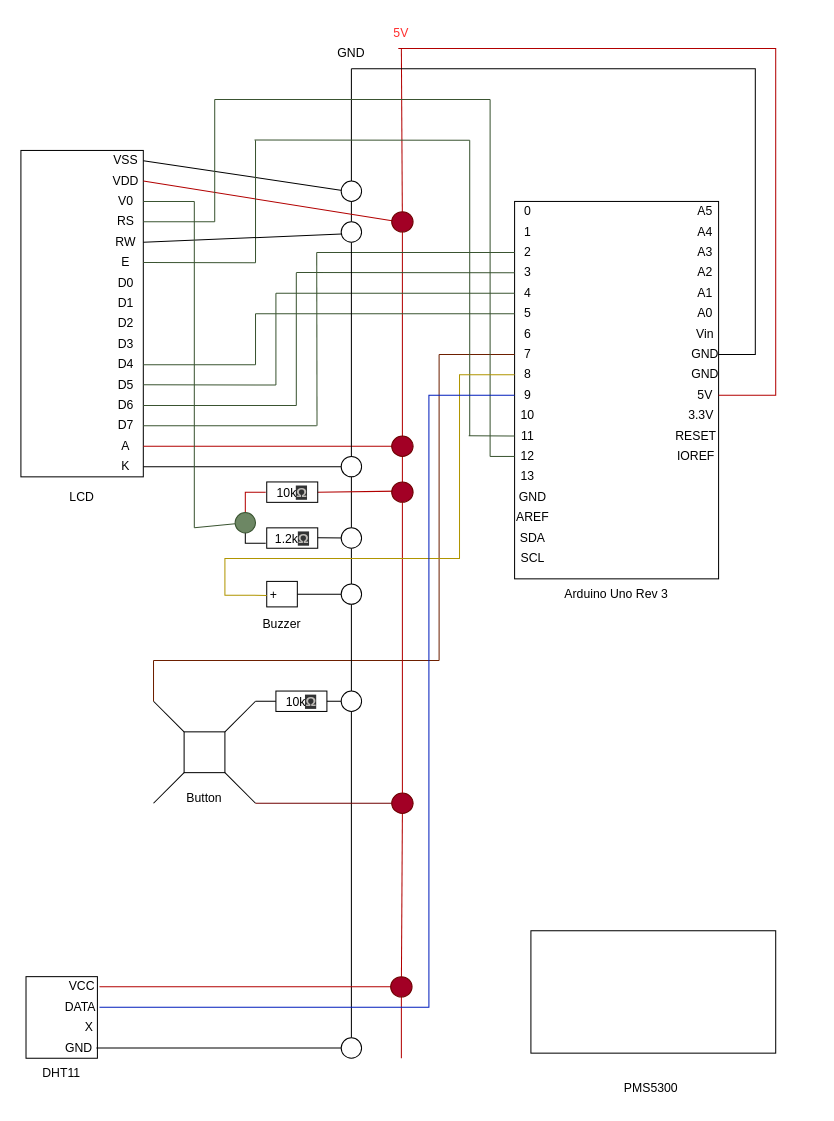
This is Schemat_moja_płytka.drawio from malybaryl/Air-Quality-Monitor-Arduino-Uno, a draw.io file, before an edit. Source tidied: cells renumbered, new cells numbered last; positions are measured from the earlier drawing's top-left corner, leaving out a move shared by most shapes. Both pictures are drawn from the tidied source at 102%, with x=0, y=0 at pixel (17, 17).
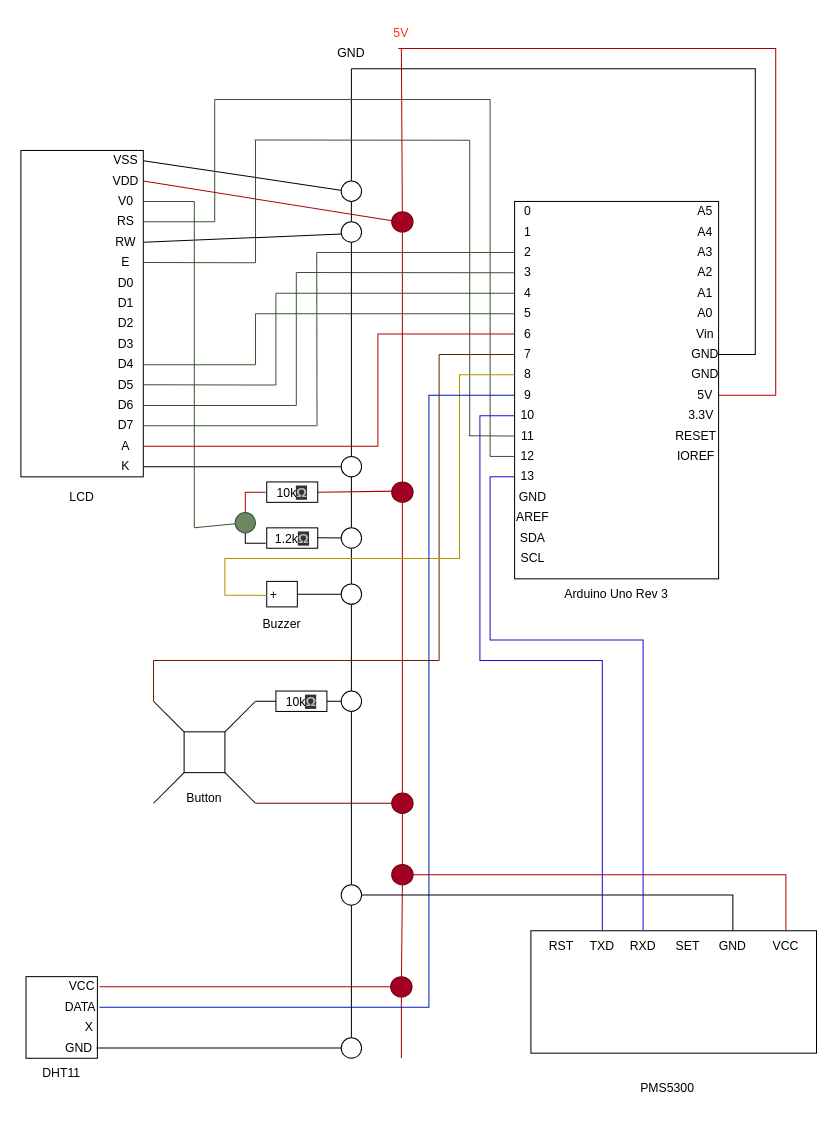
After the change.

The change refers to these unchanged cells:
```xml
<mxCell id="29" style="ellipse;whiteSpace=wrap;html=1;" parent="1" vertex="1">
  <mxGeometry x="317" y="660" width="20" height="20" as="geometry" />
</mxCell>
<mxCell id="31" style="ellipse;whiteSpace=wrap;html=1;fillColor=#a20025;fontColor=#ffffff;strokeColor=#6F0000;" parent="1" vertex="1">
  <mxGeometry x="366.5" y="760" width="21" height="20" as="geometry" />
</mxCell>
<mxCell id="41" value="6" style="text;html=1;align=center;verticalAlign=middle;whiteSpace=wrap;rounded=0;" parent="1" vertex="1">
  <mxGeometry x="487" y="300" width="26" height="20" as="geometry" />
</mxCell>
<mxCell id="45" value="10" style="text;html=1;align=center;verticalAlign=middle;whiteSpace=wrap;rounded=0;" parent="1" vertex="1">
  <mxGeometry x="487" y="380" width="26" height="20" as="geometry" />
</mxCell>
<mxCell id="48" value="13" style="text;html=1;align=center;verticalAlign=middle;whiteSpace=wrap;rounded=0;" parent="1" vertex="1">
  <mxGeometry x="487" y="440" width="26" height="20" as="geometry" />
</mxCell>
<mxCell id="136" style="ellipse;whiteSpace=wrap;html=1;fillColor=#a20025;fontColor=#ffffff;strokeColor=#6F0000;" parent="1" vertex="1">
  <mxGeometry x="365.5" y="940" width="21" height="20" as="geometry" />
</mxCell>
<mxCell id="138" style="ellipse;whiteSpace=wrap;html=1;" parent="1" vertex="1">
  <mxGeometry x="317" y="1000" width="20" height="20" as="geometry" />
</mxCell>
```

What changed in the source:
```diff
@@
     <mxCell id="13" style="rounded=0;whiteSpace=wrap;html=1;" parent="1" vertex="1">
-      <mxGeometry x="503" y="895" width="240" height="120" as="geometry" />
+      <mxGeometry x="503" y="895" width="280" height="120" as="geometry" />
     </mxCell>
@@
     <mxCell id="17" value="PMS5300" style="text;html=1;align=center;verticalAlign=middle;whiteSpace=wrap;rounded=0;" parent="1" vertex="1">
-      <mxGeometry x="571" y="1035" width="100" height="30" as="geometry" />
+      <mxGeometry x="587" y="1035" width="100" height="30" as="geometry" />
     </mxCell>
@@
-    <mxCell id="23" style="endArrow=none;html=1;rounded=0;entryX=0.5;entryY=1;entryDx=0;entryDy=0;fillColor=#e51400;strokeColor=#B20000;" parent="1" edge="1" source="136" target="31">
+    <mxCell id="23" style="endArrow=none;html=1;rounded=0;entryX=0.5;entryY=1;entryDx=0;entryDy=0;fillColor=#e51400;strokeColor=#B20000;" parent="1" edge="1" source="160" target="31">
       <mxGeometry relative="1" as="geometry" />
     </mxCell>
@@
-    <mxCell id="28" style="endArrow=none;html=1;rounded=0;entryX=0.5;entryY=1;entryDx=0;entryDy=0;" parent="1" edge="1" source="138" target="29">
+    <mxCell id="28" style="endArrow=none;html=1;rounded=0;entryX=0.5;entryY=1;entryDx=0;entryDy=0;" parent="1" edge="1" source="163" target="29">
       <mxGeometry relative="1" as="geometry" />
     </mxCell>
@@
-    <mxCell id="78" style="endArrow=none;html=1;rounded=0;fillColor=#e51400;strokeColor=#B20000;exitX=1;exitY=0.5;exitDx=0;exitDy=0;" parent="1" edge="1">
+    <mxCell id="78" style="endArrow=none;html=1;rounded=0;fillColor=#e51400;strokeColor=#B20000;exitX=1;exitY=0.5;exitDx=0;exitDy=0;entryX=0;entryY=0.5;entryDx=0;entryDy=0;" parent="1" edge="1" target="41">
       <mxGeometry relative="1" as="geometry">
         <mxPoint x="123" y="420" as="sourcePoint" />
-        <mxPoint x="373" y="420" as="targetPoint" />
+        <Array as="points">
+          <mxPoint x="353" y="420" />
+          <mxPoint x="353" y="310" />
+        </Array>
       </mxGeometry>
     </mxCell>
-    <mxCell id="79" style="ellipse;whiteSpace=wrap;html=1;fillColor=#a20025;fontColor=#ffffff;strokeColor=#6F0000;" parent="1" vertex="1">
-      <mxGeometry x="366.5" y="410" width="21" height="20" as="geometry" />
-    </mxCell>
@@
+    <mxCell id="152" value="RST" style="text;html=1;align=center;verticalAlign=middle;whiteSpace=wrap;rounded=0;" parent="1" vertex="1">
+      <mxGeometry x="503" y="895" width="60" height="30" as="geometry" />
+    </mxCell>
+    <mxCell id="153" value="TXD" style="text;html=1;align=center;verticalAlign=middle;whiteSpace=wrap;rounded=0;" parent="1" vertex="1">
+      <mxGeometry x="543" y="895" width="60" height="30" as="geometry" />
+    </mxCell>
+    <mxCell id="154" value="RXD" style="text;html=1;align=center;verticalAlign=middle;whiteSpace=wrap;rounded=0;" parent="1" vertex="1">
+      <mxGeometry x="583" y="895" width="60" height="30" as="geometry" />
+    </mxCell>
+    <mxCell id="155" value="SET" style="text;html=1;align=center;verticalAlign=middle;whiteSpace=wrap;rounded=0;" parent="1" vertex="1">
+      <mxGeometry x="627" y="895" width="60" height="30" as="geometry" />
+    </mxCell>
+    <mxCell id="156" value="GND" style="text;html=1;align=center;verticalAlign=middle;whiteSpace=wrap;rounded=0;" parent="1" vertex="1">
+      <mxGeometry x="671" y="895" width="60" height="30" as="geometry" />
+    </mxCell>
+    <mxCell id="157" value="VCC" style="text;html=1;align=center;verticalAlign=middle;whiteSpace=wrap;rounded=0;" parent="1" vertex="1">
+      <mxGeometry x="723" y="895" width="60" height="30" as="geometry" />
+    </mxCell>
+    <mxCell id="158" style="endArrow=none;html=1;rounded=0;fillColor=#e51400;strokeColor=#B20000;entryX=0.5;entryY=0;entryDx=0;entryDy=0;" parent="1" edge="1" target="157">
+      <mxGeometry relative="1" as="geometry">
+        <mxPoint x="373" y="840" as="sourcePoint" />
+        <Array as="points">
+          <mxPoint x="753" y="840" />
+        </Array>
+      </mxGeometry>
+    </mxCell>
+    <mxCell id="159" style="endArrow=none;html=1;rounded=0;entryX=0.5;entryY=1;entryDx=0;entryDy=0;fillColor=#e51400;strokeColor=#B20000;" parent="1" edge="1" source="136" target="160">
+      <mxGeometry relative="1" as="geometry" />
+    </mxCell>
+    <mxCell id="160" style="ellipse;whiteSpace=wrap;html=1;fillColor=#a20025;fontColor=#ffffff;strokeColor=#6F0000;" parent="1" vertex="1">
+      <mxGeometry x="366.5" y="830" width="21" height="20" as="geometry" />
+    </mxCell>
+    <mxCell id="161" style="endArrow=none;html=1;rounded=0;entryX=0.5;entryY=0;entryDx=0;entryDy=0;" parent="1" edge="1" target="156">
+      <mxGeometry relative="1" as="geometry">
+        <mxPoint x="323" y="860" as="sourcePoint" />
+        <Array as="points">
+          <mxPoint x="701" y="860" />
+        </Array>
+      </mxGeometry>
+    </mxCell>
+    <mxCell id="162" style="endArrow=none;html=1;rounded=0;entryX=0.5;entryY=1;entryDx=0;entryDy=0;" parent="1" edge="1" source="138" target="163">
+      <mxGeometry relative="1" as="geometry" />
+    </mxCell>
+    <mxCell id="163" style="ellipse;whiteSpace=wrap;html=1;" parent="1" vertex="1">
+      <mxGeometry x="317" y="850" width="20" height="20" as="geometry" />
+    </mxCell>
+    <mxCell id="164" style="endArrow=none;html=1;rounded=0;exitX=0.5;exitY=0;exitDx=0;exitDy=0;fillColor=#6a00ff;strokeColor=#3700CC;entryX=0;entryY=0.5;entryDx=0;entryDy=0;" parent="1" edge="1" source="154" target="48">
+      <mxGeometry relative="1" as="geometry">
+        <Array as="points">
+          <mxPoint x="613" y="610" />
+          <mxPoint x="463" y="610" />
+          <mxPoint x="463" y="450" />
+        </Array>
+      </mxGeometry>
+    </mxCell>
+    <mxCell id="165" style="endArrow=none;html=1;rounded=0;fillColor=#6a00ff;strokeColor=#3700CC;exitX=0.5;exitY=0;exitDx=0;exitDy=0;entryX=0;entryY=0.5;entryDx=0;entryDy=0;" parent="1" edge="1" source="153" target="45">
+      <mxGeometry relative="1" as="geometry">
+        <Array as="points">
+          <mxPoint x="573" y="630" />
+          <mxPoint x="453" y="630" />
+          <mxPoint x="453" y="390" />
+        </Array>
+      </mxGeometry>
+    </mxCell>
```
